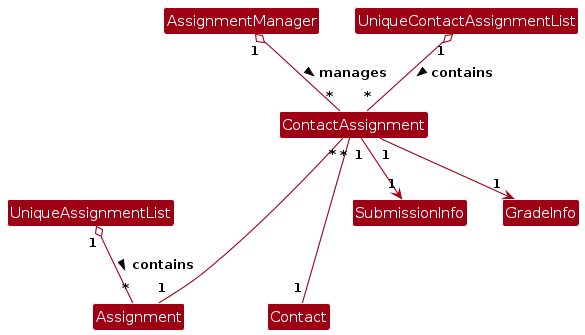
The PlantUML diagram diagrams/AssignmentsCombinedDiagram.png in AY2526S2-CS2103T-T10-1/tp, before a commit. Its source is kept beside it as diagrams/AssignmentsCombinedDiagram.puml.
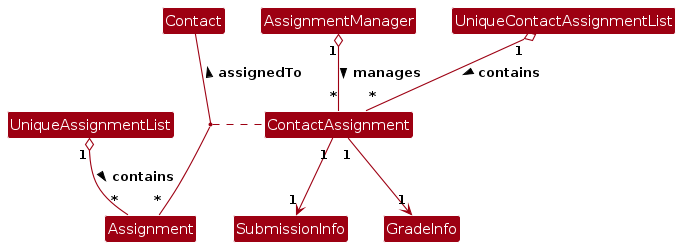
The same file after the commit.

What changed in the source:
```diff
@@ -25,8 +25,8 @@
 AssignmentManager "1" o-- "*" ContactAssignment : > manages
 UniqueContactAssignmentList "1" o-- "*" ContactAssignment : > contains
 UniqueAssignmentList "1" o-- "*" Assignment : > contains
-ContactAssignment "*" --- "1" Assignment
-ContactAssignment "*" --- "1" Contact
+Contact  -- "*" Assignment :assignedTo <
+(Contact, Assignment) .. ContactAssignment
 ContactAssignment "1" --> "1" SubmissionInfo
 ContactAssignment "1" --> "1" GradeInfo
 
```
